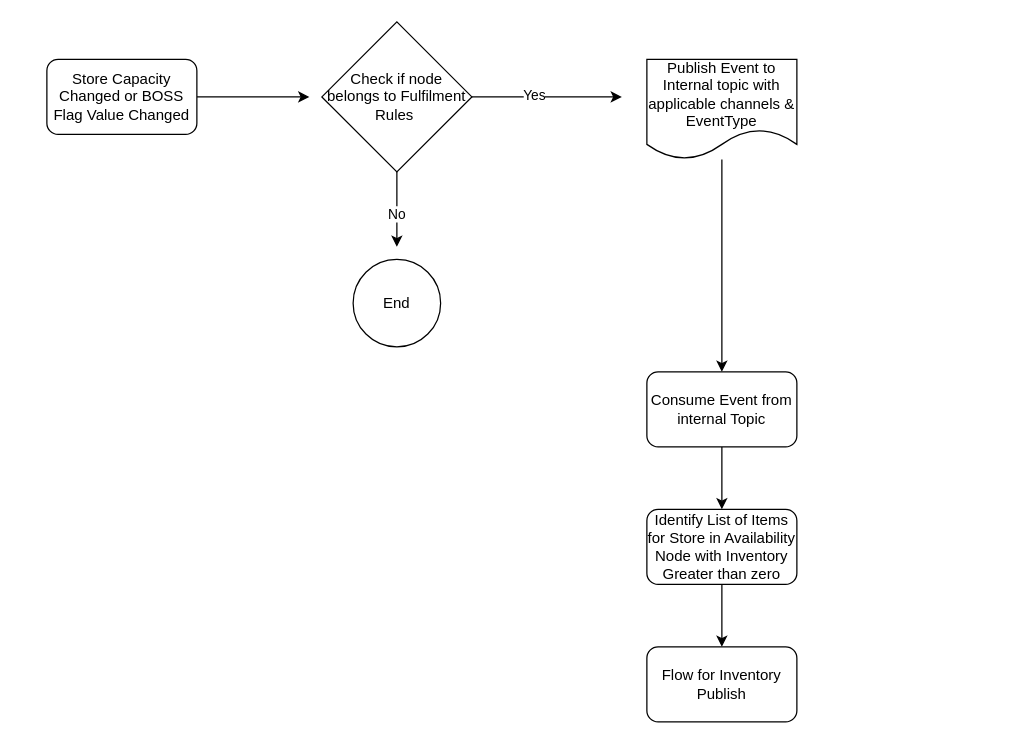
The draw.io diagram page "Channel Definition Change - Store" (2 of 3) of api-spec/Untitled Diagram.drawio in saravanadharmarajan/shopping-carts, before the edit. Source tidied: cells renumbered, new cells numbered last; positions are measured from the earlier drawing's top-left corner, leaving out a move shared by most shapes. Both pictures are drawn from the tidied source at 125%, with x=0, y=0 at pixel (46, 21).
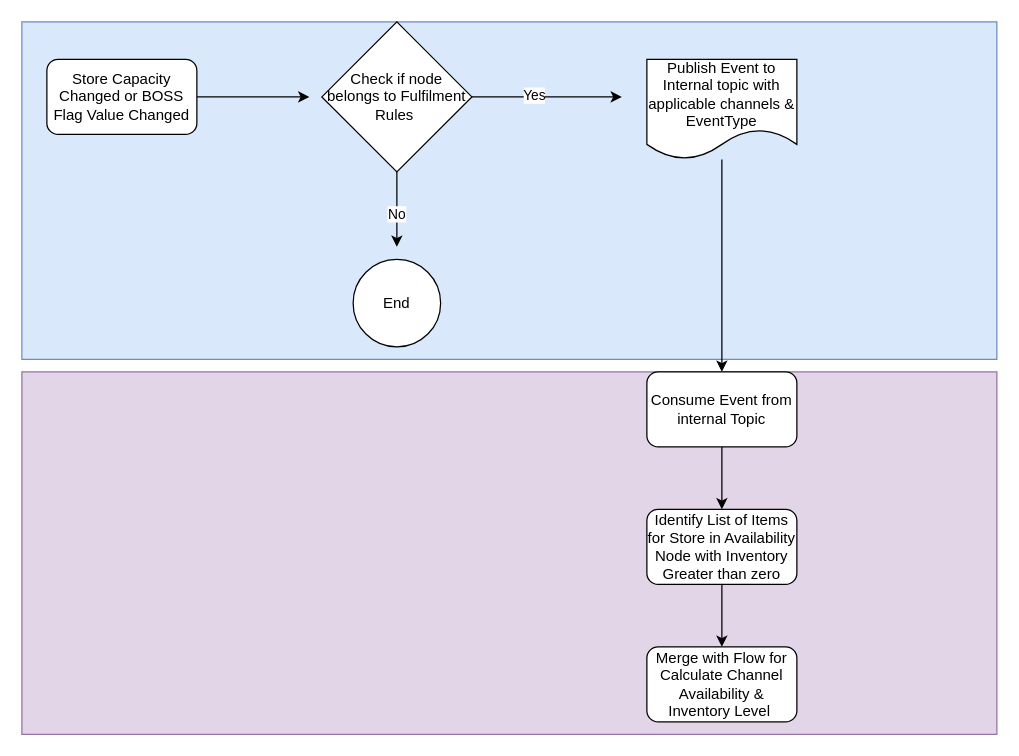
Above is the later version.

The edit, as a diff of the source:
```diff
@@
+    <mxCell id="17" style="rounded=0;whiteSpace=wrap;html=1;fillColor=#e1d5e7;strokeColor=#9673a6;" parent="1" vertex="1">
+      <mxGeometry x="-20" y="280" width="780" height="290" as="geometry" />
+    </mxCell>
+    <mxCell id="18" style="rounded=0;whiteSpace=wrap;html=1;fillColor=#dae8fc;strokeColor=#6c8ebf;" parent="1" vertex="1">
+      <mxGeometry x="-20" width="780" height="270" as="geometry" />
+    </mxCell>
@@
-    <mxCell id="16" value="Flow for Inventory Publish" style="rounded=1;whiteSpace=wrap;html=1;" parent="1" vertex="1">
+    <mxCell id="16" value="Merge with Flow for Calculate Channel Availability &amp;amp; Inventory Level&amp;nbsp;" style="rounded=1;whiteSpace=wrap;html=1;" parent="1" vertex="1">
       <mxGeometry x="480" y="500" width="120" height="60" as="geometry" />
     </mxCell>
```
